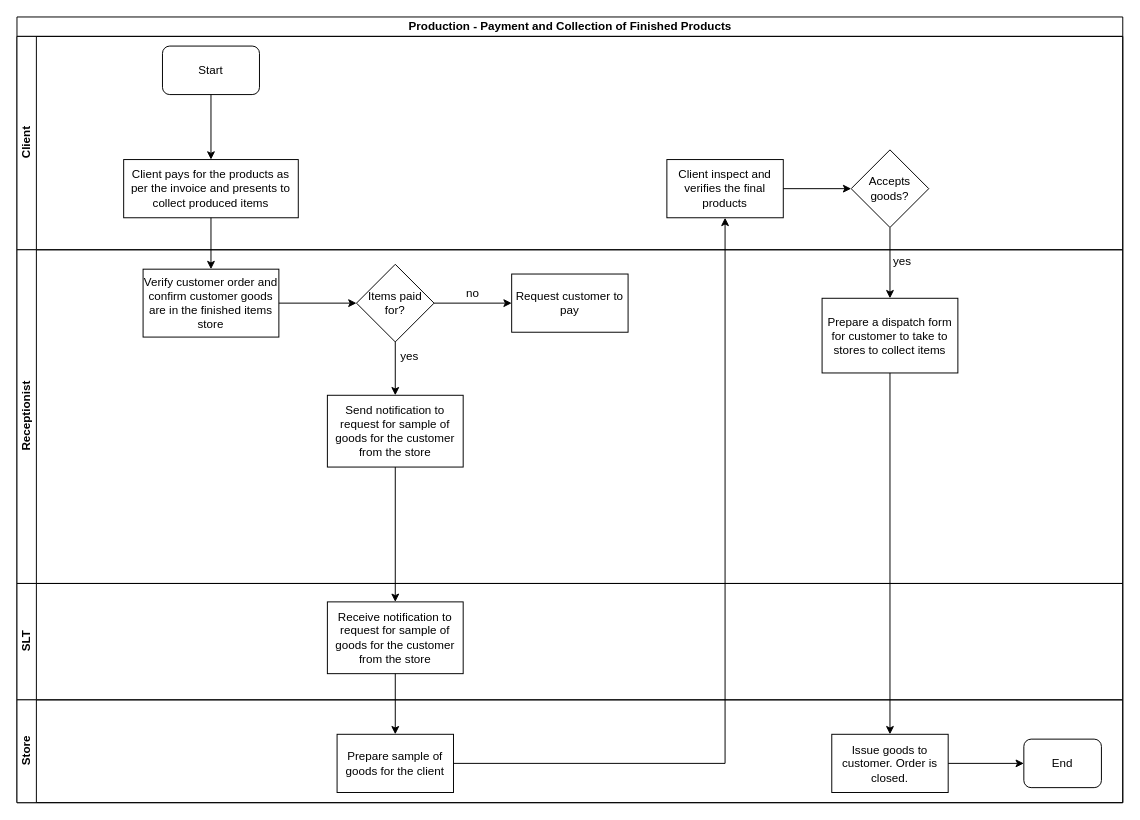
This is LC-Payment and Collection of Finished Products.drawio from kmagua/flowcharts, a draw.io file, before an edit. Source tidied: cells renumbered, new cells numbered last; positions are measured from the earlier drawing's top-left corner, leaving out a move shared by most shapes. Both pictures are drawn from the tidied source at 97%, with x=0, y=0 at pixel (16, 16).
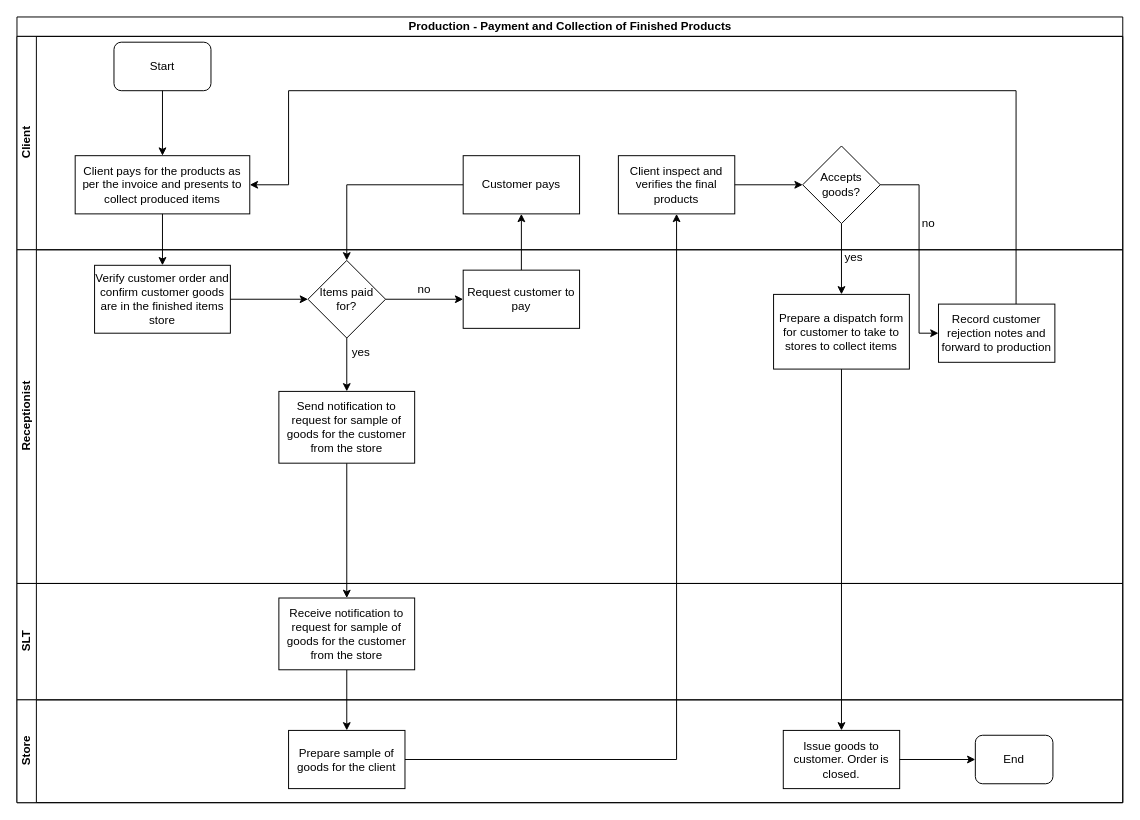
After the change.

The change refers to these unchanged cells:
```xml
<mxCell id="2" value="Production - Payment and Collection of Finished Products" style="swimlane;html=1;horizontal=1;startSize=20;" parent="1" vertex="1">
  <mxGeometry width="1140" height="810" as="geometry" />
</mxCell>
<mxCell id="3" value="Client" style="swimlane;html=1;startSize=20;horizontal=0;" parent="2" vertex="1">
  <mxGeometry y="20" width="1140" height="220" as="geometry" />
</mxCell>
<mxCell id="7" value="Receptionist" style="swimlane;html=1;startSize=20;horizontal=0;" parent="2" vertex="1">
  <mxGeometry y="240" width="1140" height="344" as="geometry" />
</mxCell>
<mxCell id="23" value="SLT" style="swimlane;html=1;startSize=20;horizontal=0;" parent="2" vertex="1">
  <mxGeometry y="584" width="1140" height="120" as="geometry" />
</mxCell>
<mxCell id="26" value="Store" style="swimlane;html=1;startSize=20;horizontal=0;" parent="2" vertex="1">
  <mxGeometry y="704" width="1140" height="106" as="geometry" />
</mxCell>
```

Change to the diagram source:
```diff
@@
     <mxCell id="4" value="Start" style="rounded=1;whiteSpace=wrap;html=1;" parent="3" vertex="1">
-      <mxGeometry x="150" y="10" width="100" height="50" as="geometry" />
+      <mxGeometry x="100" y="6" width="100" height="50" as="geometry" />
     </mxCell>
     <mxCell id="5" value="Client pays for the products as per the invoice and presents to collect produced items" style="rounded=0;whiteSpace=wrap;html=1;" parent="3" vertex="1">
-      <mxGeometry x="110" y="127" width="180" height="60" as="geometry" />
+      <mxGeometry x="60" y="123" width="180" height="60" as="geometry" />
     </mxCell>
@@
+    <mxCell id="35" value="Customer pays" style="whiteSpace=wrap;html=1;rounded=0;" parent="3" vertex="1">
+      <mxGeometry x="460" y="123" width="120" height="60" as="geometry" />
+    </mxCell>
+    <mxCell id="36" value="no" style="text;html=1;strokeColor=none;fillColor=none;align=center;verticalAlign=middle;whiteSpace=wrap;rounded=0;" parent="3" vertex="1">
+      <mxGeometry x="920" y="183" width="40" height="20" as="geometry" />
+    </mxCell>
+    <mxCell id="25" style="edgeStyle=orthogonalEdgeStyle;rounded=0;jettySize=auto;html=1;" parent="2" edge="1" source="5" target="8">
+      <mxGeometry relative="1" as="geometry" />
+    </mxCell>
+    <mxCell id="31" style="edgeStyle=orthogonalEdgeStyle;rounded=0;jettySize=auto;html=1;" parent="2" edge="1" source="21" target="28">
+      <mxGeometry relative="1" as="geometry" />
+    </mxCell>
+    <mxCell id="32" style="edgeStyle=orthogonalEdgeStyle;rounded=0;jettySize=auto;html=1;entryX=0.5;entryY=0;entryDx=0;entryDy=0;" parent="2" edge="1" source="16" target="24">
+      <mxGeometry relative="1" as="geometry" />
+    </mxCell>
+    <mxCell id="33" style="edgeStyle=orthogonalEdgeStyle;rounded=0;jettySize=auto;html=1;exitX=1;exitY=0.5;exitDx=0;exitDy=0;" parent="2" edge="1" source="27" target="9">
+      <mxGeometry relative="1" as="geometry" />
+    </mxCell>
+    <mxCell id="34" style="edgeStyle=orthogonalEdgeStyle;rounded=0;jettySize=auto;html=1;" parent="2" edge="1" source="24" target="27">
+      <mxGeometry relative="1" as="geometry" />
+    </mxCell>
+    <mxCell id="37" style="edgeStyle=orthogonalEdgeStyle;rounded=0;jettySize=auto;html=1;" parent="2" edge="1" source="13" target="35">
+      <mxGeometry relative="1" as="geometry" />
+    </mxCell>
+    <mxCell id="38" style="edgeStyle=orthogonalEdgeStyle;rounded=0;jettySize=auto;html=1;entryX=0.5;entryY=0;entryDx=0;entryDy=0;" parent="2" edge="1" source="35" target="19">
+      <mxGeometry relative="1" as="geometry" />
+    </mxCell>
+    <mxCell id="39" style="edgeStyle=orthogonalEdgeStyle;rounded=0;jettySize=auto;html=1;entryX=1;entryY=0.5;entryDx=0;entryDy=0;" parent="2" edge="1" source="40" target="5">
+      <mxGeometry relative="1" as="geometry">
+        <Array as="points">
+          <mxPoint x="1030" y="76" />
+          <mxPoint x="280" y="76" />
+          <mxPoint x="280" y="173" />
+        </Array>
+      </mxGeometry>
+    </mxCell>
@@
     <mxCell id="8" value="Verify customer order and confirm customer goods are in the finished items store" style="whiteSpace=wrap;html=1;rounded=0;" parent="7" vertex="1">
-      <mxGeometry x="130" y="20" width="140" height="70" as="geometry" />
+      <mxGeometry x="80" y="16" width="140" height="70" as="geometry" />
     </mxCell>
     <mxCell id="9" value="Client inspect and verifies the final products" style="whiteSpace=wrap;html=1;rounded=0;" parent="7" vertex="1">
-      <mxGeometry x="670" y="-93" width="120" height="60" as="geometry" />
+      <mxGeometry x="620" y="-97" width="120" height="60" as="geometry" />
     </mxCell>
@@
     <mxCell id="11" value="Accepts goods?" style="rhombus;whiteSpace=wrap;html=1;rounded=0;" parent="7" vertex="1">
-      <mxGeometry x="860" y="-103" width="80" height="80" as="geometry" />
+      <mxGeometry x="810" y="-107" width="80" height="80" as="geometry" />
     </mxCell>
@@
     <mxCell id="13" value="Request customer to pay" style="whiteSpace=wrap;html=1;rounded=0;" parent="7" vertex="1">
-      <mxGeometry x="510" y="25" width="120" height="60" as="geometry" />
+      <mxGeometry x="460" y="21" width="120" height="60" as="geometry" />
     </mxCell>
     <mxCell id="14" value="no" style="text;html=1;strokeColor=none;fillColor=none;align=center;verticalAlign=middle;whiteSpace=wrap;rounded=0;" parent="7" vertex="1">
-      <mxGeometry x="450" y="35" width="40" height="20" as="geometry" />
+      <mxGeometry x="400" y="31" width="40" height="20" as="geometry" />
     </mxCell>
     <mxCell id="15" value="yes" style="text;html=1;strokeColor=none;fillColor=none;align=center;verticalAlign=middle;whiteSpace=wrap;rounded=0;" parent="7" vertex="1">
-      <mxGeometry x="385" y="100" width="40" height="20" as="geometry" />
+      <mxGeometry x="335" y="96" width="40" height="20" as="geometry" />
     </mxCell>
     <mxCell id="16" value="Send notification to request for sample of goods for the customer from the store" style="whiteSpace=wrap;html=1;rounded=0;" parent="7" vertex="1">
-      <mxGeometry x="320" y="150" width="140" height="74" as="geometry" />
+      <mxGeometry x="270" y="146" width="140" height="74" as="geometry" />
     </mxCell>
@@
     <mxCell id="19" value="Items paid for?" style="rhombus;whiteSpace=wrap;html=1;rounded=0;" parent="7" vertex="1">
-      <mxGeometry x="350" y="15" width="80" height="80" as="geometry" />
+      <mxGeometry x="300" y="11" width="80" height="80" as="geometry" />
     </mxCell>
@@
     <mxCell id="21" value="Prepare a dispatch form for customer to take to stores to collect items" style="whiteSpace=wrap;html=1;rounded=0;" parent="7" vertex="1">
-      <mxGeometry x="830" y="50" width="140" height="77" as="geometry" />
+      <mxGeometry x="780" y="46" width="140" height="77" as="geometry" />
     </mxCell>
     <mxCell id="22" value="yes" style="text;html=1;strokeColor=none;fillColor=none;align=center;verticalAlign=middle;whiteSpace=wrap;rounded=0;" parent="7" vertex="1">
-      <mxGeometry x="893" y="2" width="40" height="20" as="geometry" />
+      <mxGeometry x="843" y="-2" width="40" height="20" as="geometry" />
     </mxCell>
+    <mxCell id="40" value="Record customer rejection notes and forward to production" style="whiteSpace=wrap;html=1;rounded=0;" parent="7" vertex="1">
+      <mxGeometry x="950" y="56" width="120" height="60" as="geometry" />
+    </mxCell>
+    <mxCell id="41" style="edgeStyle=orthogonalEdgeStyle;rounded=0;jettySize=auto;html=1;" parent="7" edge="1" source="11" target="40">
+      <mxGeometry relative="1" as="geometry">
+        <Array as="points">
+          <mxPoint x="930" y="-67" />
+          <mxPoint x="930" y="86" />
+        </Array>
+      </mxGeometry>
+    </mxCell>
@@
     <mxCell id="24" value="Receive notification to request for sample of goods for the customer from the store" style="whiteSpace=wrap;html=1;rounded=0;" parent="23" vertex="1">
-      <mxGeometry x="320" y="19" width="140" height="74" as="geometry" />
+      <mxGeometry x="270" y="15" width="140" height="74" as="geometry" />
     </mxCell>
-    <mxCell id="25" style="edgeStyle=orthogonalEdgeStyle;rounded=0;jettySize=auto;html=1;" parent="2" edge="1" source="5" target="8">
-      <mxGeometry relative="1" as="geometry" />
-    </mxCell>
@@
     <mxCell id="27" value="Prepare sample of goods for the client" style="whiteSpace=wrap;html=1;rounded=0;" parent="26" vertex="1">
-      <mxGeometry x="330" y="35.5" width="120" height="60" as="geometry" />
+      <mxGeometry x="280" y="31.5" width="120" height="60" as="geometry" />
     </mxCell>
     <mxCell id="28" value="Issue goods to customer. Order is closed." style="whiteSpace=wrap;html=1;rounded=0;" parent="26" vertex="1">
-      <mxGeometry x="840" y="35.5" width="120" height="60" as="geometry" />
+      <mxGeometry x="790" y="31.5" width="120" height="60" as="geometry" />
     </mxCell>
     <mxCell id="29" value="End" style="rounded=1;whiteSpace=wrap;html=1;" parent="26" vertex="1">
-      <mxGeometry x="1038" y="40.5" width="80" height="50" as="geometry" />
+      <mxGeometry x="988" y="36.5" width="80" height="50" as="geometry" />
     </mxCell>
@@
-    <mxCell id="31" style="edgeStyle=orthogonalEdgeStyle;rounded=0;jettySize=auto;html=1;" parent="2" edge="1" source="21" target="28">
-      <mxGeometry relative="1" as="geometry" />
-    </mxCell>
-    <mxCell id="32" style="edgeStyle=orthogonalEdgeStyle;rounded=0;jettySize=auto;html=1;entryX=0.5;entryY=0;entryDx=0;entryDy=0;" parent="2" edge="1" source="16" target="24">
-      <mxGeometry relative="1" as="geometry" />
-    </mxCell>
-    <mxCell id="33" style="edgeStyle=orthogonalEdgeStyle;rounded=0;jettySize=auto;html=1;exitX=1;exitY=0.5;exitDx=0;exitDy=0;" parent="2" edge="1" source="27" target="9">
-      <mxGeometry relative="1" as="geometry" />
-    </mxCell>
-    <mxCell id="34" style="edgeStyle=orthogonalEdgeStyle;rounded=0;jettySize=auto;html=1;" parent="2" edge="1" source="24" target="27">
-      <mxGeometry relative="1" as="geometry" />
-    </mxCell>
```
